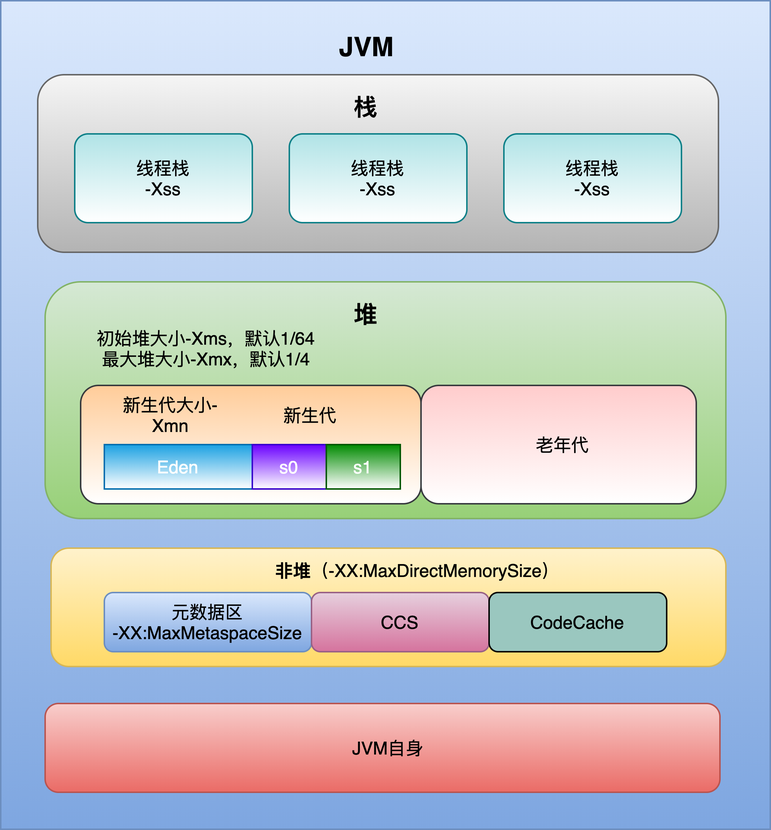
Above: Week_01/jvm.png in Elita0208/JAVA-000 (draw.io), before the change. Source tidied: cells renumbered, new cells last; positions are measured from the earlier drawing's top-left corner, leaving out a move shared by most shapes.
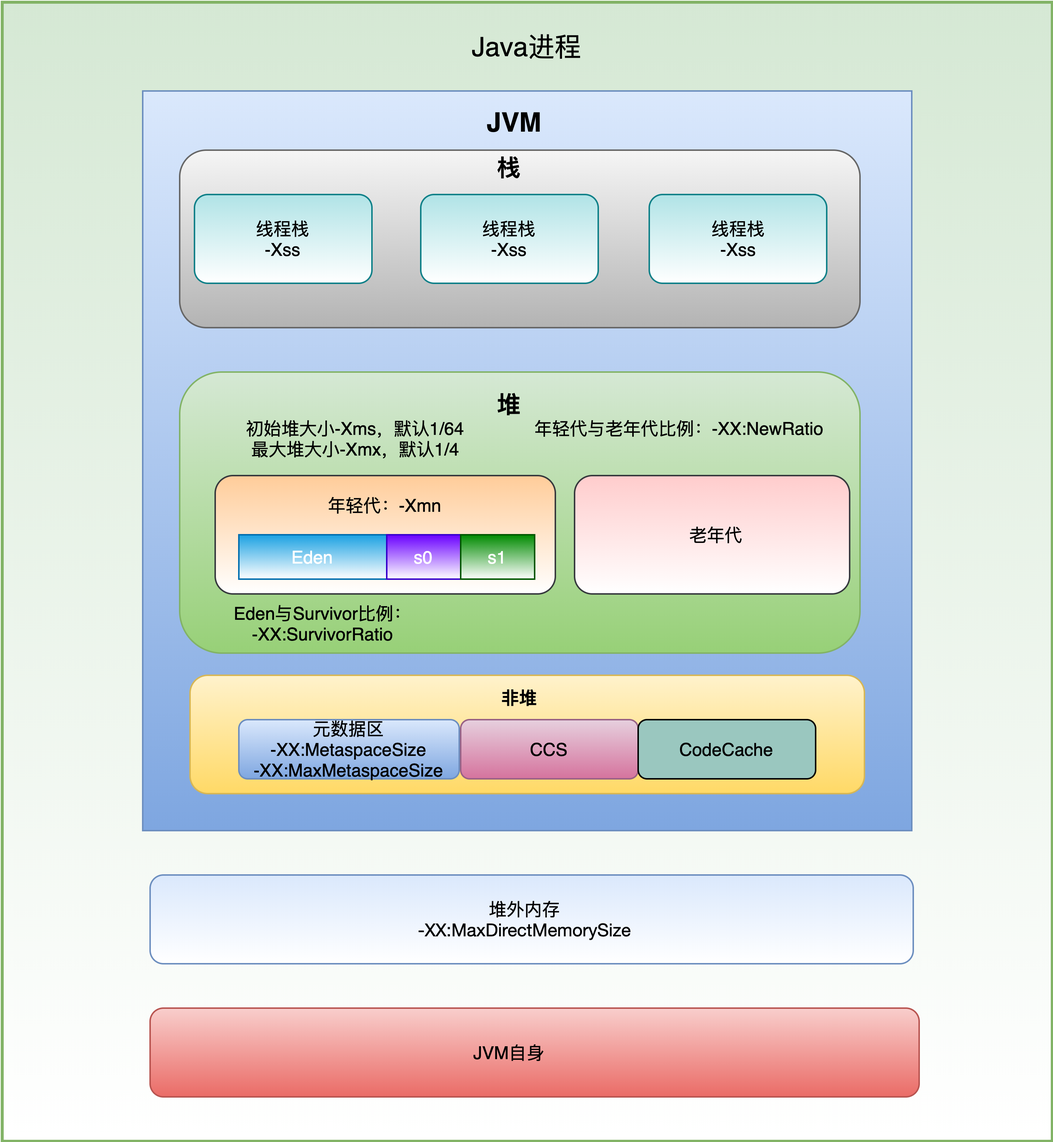
Above is the later version.

Diff of the diagram source:
```diff
@@ -2,80 +2,95 @@
   <root>
     <mxCell id="0" />
     <mxCell id="1" parent="0" />
-    <mxCell id="2" style="rounded=0;whiteSpace=wrap;html=1;strokeColor=#6c8ebf;fillColor=#dae8fc;gradientColor=#7ea6e0;" parent="1" vertex="1">
-      <mxGeometry width="520" height="560" as="geometry" />
-    </mxCell>
-    <mxCell id="3" style="rounded=1;whiteSpace=wrap;html=1;fillColor=#f5f5f5;strokeColor=#666666;gradientColor=#b3b3b3;" parent="1" vertex="1">
-      <mxGeometry x="25" y="50" width="460" height="120" as="geometry" />
-    </mxCell>
-    <mxCell id="4" value="线程栈&lt;br&gt;-Xss" style="rounded=1;whiteSpace=wrap;html=1;fillColor=#b0e3e6;strokeColor=#0e8088;gradientColor=#ffffff;" parent="1" vertex="1">
-      <mxGeometry x="50" y="90" width="120" height="60" as="geometry" />
-    </mxCell>
-    <mxCell id="5" value="线程栈&lt;br&gt;-Xss" style="rounded=1;whiteSpace=wrap;html=1;fillColor=#b0e3e6;strokeColor=#0e8088;gradientColor=#ffffff;" parent="1" vertex="1">
-      <mxGeometry x="195" y="90" width="120" height="60" as="geometry" />
-    </mxCell>
+    <mxCell id="27" value="&lt;span style=&quot;color: rgba(0 , 0 , 0 , 0) ; font-family: monospace ; font-size: 0px&quot;&gt;%3CmxGraphModel%3E%3Croot%3E%3CmxCell%20id%3D%220%22%2F%3E%3CmxCell%20id%3D%221%22%20parent%3D%220%22%2F%3E%3CmxCell%20id%3D%222%22%20value%3D%22%22%20style%3D%22rounded%3D0%3BwhiteSpace%3Dwrap%3Bhtml%3D1%3BstrokeColor%3D%236c8ebf%3BfillColor%3D%23dae8fc%3BgradientColor%3D%237ea6e0%3B%22%20vertex%3D%221%22%20parent%3D%221%22%3E%3CmxGeometry%20x%3D%22160%22%20y%3D%2250%22%20width%3D%22520%22%20height%3D%22490%22%20as%3D%22geometry%22%2F%3E%3C%2FmxCell%3E%3C%2Froot%3E%3C%2FmxGraphModel%3E&lt;/span&gt;" style="rounded=0;whiteSpace=wrap;html=1;fillColor=#d5e8d4;strokeColor=#82b366;gradientColor=#ffffff;strokeWidth=2;" parent="1" vertex="1">
+      <mxGeometry x="-90" y="80" width="710" height="770" as="geometry" />
+    </mxCell>
+    <mxCell id="28" value="&lt;font style=&quot;font-size: 18px&quot;&gt;Java进程&lt;/font&gt;" style="text;html=1;strokeColor=none;fillColor=none;align=center;verticalAlign=middle;whiteSpace=wrap;rounded=0;strokeWidth=6;" parent="1" vertex="1">
+      <mxGeometry x="217" y="100" width="96" height="20" as="geometry" />
+    </mxCell>
+    <mxCell id="29" style="rounded=0;whiteSpace=wrap;html=1;strokeColor=#6c8ebf;fillColor=#dae8fc;gradientColor=#7ea6e0;" parent="1" vertex="1">
+      <mxGeometry x="5" y="140" width="520" height="500" as="geometry" />
+    </mxCell>
+    <mxCell id="30" style="rounded=1;whiteSpace=wrap;html=1;fillColor=#f5f5f5;strokeColor=#666666;gradientColor=#b3b3b3;" parent="1" vertex="1">
+      <mxGeometry x="30" y="180" width="460" height="120" as="geometry" />
+    </mxCell>
+    <mxCell id="31" value="线程栈&lt;br&gt;-Xss" style="rounded=1;whiteSpace=wrap;html=1;fillColor=#b0e3e6;strokeColor=#0e8088;gradientColor=#ffffff;" parent="1" vertex="1">
+      <mxGeometry x="40" y="210" width="120" height="60" as="geometry" />
+    </mxCell>
+    <mxCell id="32" value="线程栈&lt;br&gt;-Xss" style="rounded=1;whiteSpace=wrap;html=1;fillColor=#b0e3e6;strokeColor=#0e8088;gradientColor=#ffffff;" parent="1" vertex="1">
+      <mxGeometry x="193" y="210" width="120" height="60" as="geometry" />
+    </mxCell>
     <mxCell id="6" value="&lt;span&gt;线程栈&lt;br&gt;-Xss&lt;br&gt;&lt;/span&gt;" style="rounded=1;whiteSpace=wrap;html=1;fillColor=#b0e3e6;strokeColor=#0e8088;gradientColor=#ffffff;" parent="1" vertex="1">
-      <mxGeometry x="340" y="90" width="120" height="60" as="geometry" />
+      <mxGeometry x="347.5" y="210" width="120" height="60" as="geometry" />
     </mxCell>
-    <mxCell id="7" style="rounded=1;whiteSpace=wrap;html=1;gradientColor=#97d077;fillColor=#d5e8d4;strokeColor=#82b366;" parent="1" vertex="1">
-      <mxGeometry x="30" y="190" width="460" height="160" as="geometry" />
-    </mxCell>
-    <mxCell id="8" style="rounded=1;whiteSpace=wrap;html=1;fillColor=#ffcc99;strokeColor=#36393d;gradientColor=#ffffff;" parent="1" vertex="1">
-      <mxGeometry x="54" y="260" width="230" height="80" as="geometry" />
-    </mxCell>
+    <mxCell id="33" style="rounded=1;whiteSpace=wrap;html=1;gradientColor=#97d077;fillColor=#d5e8d4;strokeColor=#82b366;" parent="1" vertex="1">
+      <mxGeometry x="30" y="330" width="460" height="190" as="geometry" />
+    </mxCell>
+    <mxCell id="34" style="rounded=1;whiteSpace=wrap;html=1;fillColor=#ffcc99;strokeColor=#36393d;gradientColor=#ffffff;" parent="1" vertex="1">
+      <mxGeometry x="54" y="400" width="230" height="80" as="geometry" />
+    </mxCell>
     <mxCell id="9" value="&lt;span style=&quot;color: rgba(0 , 0 , 0 , 0) ; font-family: monospace ; font-size: 0px&quot;&gt;%3CmxGraphModel%3E%3Croot%3E%3CmxCell%20id%3D%220%22%2F%3E%3CmxCell%20id%3D%221%22%20parent%3D%220%22%2F%3E%3CmxCell%20id%3D%222%22%20value%3D%22%E6%96%B0%E7%94%9F%E4%BB%A3%22%20style%3D%22text%3Bhtml%3D1%3Bresizable%3D0%3Bautosize%3D1%3Balign%3Dcenter%3BverticalAlign%3Dmiddle%3Bpoints%3D%5B%5D%3BfillColor%3Dnone%3BstrokeColor%3Dnone%3Brounded%3D0%3B%22%20vertex%3D%221%22%20parent%3D%221%22%3E%3CmxGeometry%20x%3D%22310%22%20y%3D%22310%22%20width%3D%2250%22%20height%3D%2220%22%20as%3D%22geometry%22%2F%3E%3C%2FmxCell%3E%3C%2Froot%3E%3C%2FmxGraphModel%3E&lt;/span&gt;" style="rounded=1;whiteSpace=wrap;html=1;fillColor=#ffcccc;strokeColor=#36393d;gradientColor=#ffffff;" parent="1" vertex="1">
-      <mxGeometry x="284" y="260" width="186" height="80" as="geometry" />
+      <mxGeometry x="297" y="400" width="186" height="80" as="geometry" />
     </mxCell>
     <mxCell id="10" value="Eden" style="rounded=0;whiteSpace=wrap;html=1;fillColor=#1ba1e2;strokeColor=#006EAF;fontColor=#ffffff;gradientColor=#ffffff;" parent="1" vertex="1">
-      <mxGeometry x="70" y="300" width="100" height="30" as="geometry" />
+      <mxGeometry x="70" y="440" width="100" height="30" as="geometry" />
     </mxCell>
     <mxCell id="11" value="s0" style="rounded=0;whiteSpace=wrap;html=1;fillColor=#6a00ff;strokeColor=#3700CC;fontColor=#ffffff;gradientColor=#ffffff;" parent="1" vertex="1">
-      <mxGeometry x="170" y="300" width="50" height="30" as="geometry" />
+      <mxGeometry x="170" y="440" width="50" height="30" as="geometry" />
     </mxCell>
     <mxCell id="12" value="s1" style="rounded=0;whiteSpace=wrap;html=1;fillColor=#008a00;strokeColor=#005700;fontColor=#ffffff;gradientColor=#ffffff;" parent="1" vertex="1">
-      <mxGeometry x="220" y="300" width="50" height="30" as="geometry" />
+      <mxGeometry x="220" y="440" width="50" height="30" as="geometry" />
     </mxCell>
-    <mxCell id="13" style="rounded=1;whiteSpace=wrap;html=1;gradientColor=#ffd966;fillColor=#fff2cc;strokeColor=#d6b656;" parent="1" vertex="1">
-      <mxGeometry x="34" y="370" width="456" height="80" as="geometry" />
-    </mxCell>
-    <mxCell id="14" style="rounded=1;whiteSpace=wrap;html=1;fillColor=#f8cecc;strokeColor=#b85450;gradientColor=#ea6b66;" parent="1" vertex="1">
-      <mxGeometry x="30" y="475" width="456" height="60" as="geometry" />
-    </mxCell>
-    <mxCell id="15" value="新生代" style="text;html=1;align=center;verticalAlign=middle;fillColor=none;strokeColor=none;rounded=0;" parent="1" vertex="1">
-      <mxGeometry x="184" y="270" width="50" height="20" as="geometry" />
-    </mxCell>
+    <mxCell id="35" style="rounded=1;whiteSpace=wrap;html=1;gradientColor=#ffd966;fillColor=#fff2cc;strokeColor=#d6b656;" parent="1" vertex="1">
+      <mxGeometry x="37" y="535" width="456" height="80" as="geometry" />
+    </mxCell>
+    <mxCell id="36" style="rounded=1;whiteSpace=wrap;html=1;fillColor=#f8cecc;strokeColor=#b85450;gradientColor=#ea6b66;" parent="1" vertex="1">
+      <mxGeometry x="10" y="760" width="520" height="60" as="geometry" />
+    </mxCell>
     <mxCell id="16" value="&lt;font style=&quot;font-size: 11px&quot;&gt;初始堆大小-Xms，默认1/64&lt;br&gt;最大堆大小-Xmx，默认1/4&lt;br&gt;&lt;/font&gt;" style="text;html=1;strokeColor=none;fillColor=none;align=center;verticalAlign=middle;whiteSpace=wrap;rounded=0;" parent="1" vertex="1">
-      <mxGeometry x="34" y="220" width="210" height="30" as="geometry" />
+      <mxGeometry x="44" y="360" width="210" height="30" as="geometry" />
     </mxCell>
     <mxCell id="17" value="&lt;h1&gt;&lt;font style=&quot;font-size: 18px&quot;&gt;JVM&lt;/font&gt;&lt;/h1&gt;" style="text;html=1;strokeColor=none;fillColor=none;spacing=5;spacingTop=-20;whiteSpace=wrap;overflow=hidden;rounded=0;" parent="1" vertex="1">
-      <mxGeometry x="224" y="10" width="60" height="50" as="geometry" />
+      <mxGeometry x="233.2" y="140" width="96" height="50" as="geometry" />
     </mxCell>
     <mxCell id="18" value="&lt;h1&gt;&lt;font style=&quot;font-size: 16px&quot;&gt;栈&lt;/font&gt;&lt;/h1&gt;" style="text;html=1;strokeColor=none;fillColor=none;spacing=5;spacingTop=-20;whiteSpace=wrap;overflow=hidden;rounded=0;" parent="1" vertex="1">
-      <mxGeometry x="234" y="50" width="40" height="30" as="geometry" />
+      <mxGeometry x="240" y="170" width="40" height="30" as="geometry" />
     </mxCell>
     <mxCell id="19" value="&lt;h1&gt;&lt;font style=&quot;font-size: 16px&quot;&gt;堆&lt;/font&gt;&lt;/h1&gt;" style="text;html=1;strokeColor=none;fillColor=none;spacing=5;spacingTop=-20;whiteSpace=wrap;overflow=hidden;rounded=0;" parent="1" vertex="1">
-      <mxGeometry x="234" y="190" width="40" height="30" as="geometry" />
+      <mxGeometry x="240" y="330" width="40" height="30" as="geometry" />
     </mxCell>
     <mxCell id="20" value="老年代" style="text;html=1;strokeColor=none;fillColor=none;align=center;verticalAlign=middle;whiteSpace=wrap;rounded=0;" parent="1" vertex="1">
-      <mxGeometry x="360" y="290" width="40" height="20" as="geometry" />
+      <mxGeometry x="373" y="430" width="40" height="20" as="geometry" />
     </mxCell>
-    <mxCell id="21" value="&lt;font style=&quot;font-size: 11px&quot;&gt;新生代大小-Xmn&lt;/font&gt;" style="text;html=1;strokeColor=none;fillColor=none;align=center;verticalAlign=middle;whiteSpace=wrap;rounded=0;" parent="1" vertex="1">
-      <mxGeometry x="80" y="270" width="70" height="20" as="geometry" />
-    </mxCell>
-    <mxCell id="22" value="&lt;font style=&quot;font-size: 12px&quot;&gt;&lt;b&gt;非堆&lt;/b&gt;&lt;/font&gt;（-XX:MaxDirectMemorySize）" style="text;html=1;strokeColor=none;fillColor=none;align=center;verticalAlign=middle;whiteSpace=wrap;rounded=0;" parent="1" vertex="1">
-      <mxGeometry x="182.5" y="370" width="197.5" height="30" as="geometry" />
-    </mxCell>
+    <mxCell id="37" value="&lt;font style=&quot;font-size: 12px&quot;&gt;&lt;b&gt;非堆&lt;/b&gt;&lt;/font&gt;" style="text;html=1;strokeColor=none;fillColor=none;align=center;verticalAlign=middle;whiteSpace=wrap;rounded=0;" parent="1" vertex="1">
+      <mxGeometry x="161.2" y="535" width="197.5" height="30" as="geometry" />
+    </mxCell>
     <mxCell id="23" value="JVM自身" style="text;html=1;strokeColor=none;fillColor=none;align=center;verticalAlign=middle;whiteSpace=wrap;rounded=0;" parent="1" vertex="1">
-      <mxGeometry x="127" y="495" width="270" height="20" as="geometry" />
+      <mxGeometry x="118" y="780" width="270" height="20" as="geometry" />
     </mxCell>
-    <mxCell id="24" value="元数据区&lt;br&gt;-XX:MaxMetaspaceSize" style="rounded=1;whiteSpace=wrap;html=1;fillColor=#dae8fc;gradientColor=#7ea6e0;strokeColor=#6c8ebf;" parent="1" vertex="1">
-      <mxGeometry x="70" y="400" width="140" height="40" as="geometry" />
-    </mxCell>
+    <mxCell id="38" value="元数据区&lt;br&gt;-XX:MetaspaceSize&lt;br&gt;&lt;h4 id=&quot;-XX:MetaspaceSize=128m&quot; style=&quot;margin: 0px ; padding: 0px ; box-sizing: border-box ; list-style: inherit ; font-family: &amp;#34;pingfang sc&amp;#34; , &amp;#34;helvetica neue&amp;#34; , &amp;#34;arial&amp;#34; , &amp;#34;hiragino sans gb&amp;#34; , &amp;#34;microsoft yahei ui&amp;#34; , &amp;#34;microsoft yahei&amp;#34; , &amp;#34;simsun&amp;#34; , sans-serif ; background-color: rgb(255 , 255 , 255) ; font-size: 11px&quot;&gt;&lt;/h4&gt;-XX:MaxMetaspaceSize" style="rounded=1;whiteSpace=wrap;html=1;fillColor=#dae8fc;gradientColor=#7ea6e0;strokeColor=#6c8ebf;" parent="1" vertex="1">
+      <mxGeometry x="70" y="565" width="149" height="40" as="geometry" />
+    </mxCell>
     <mxCell id="25" value="CCS" style="rounded=1;whiteSpace=wrap;html=1;fillColor=#e6d0de;strokeColor=#996185;gradientColor=#d5739d;" parent="1" vertex="1">
-      <mxGeometry x="210" y="400" width="120" height="40" as="geometry" />
+      <mxGeometry x="220" y="565" width="120" height="40" as="geometry" />
     </mxCell>
     <mxCell id="26" value="CodeCache" style="rounded=1;whiteSpace=wrap;html=1;fillColor=#9AC7BF;" parent="1" vertex="1">
-      <mxGeometry x="330" y="400" width="120" height="40" as="geometry" />
+      <mxGeometry x="340" y="565" width="120" height="40" as="geometry" />
     </mxCell>
+    <mxCell id="39" style="rounded=1;whiteSpace=wrap;html=1;strokeColor=#6c8ebf;fillColor=#dae8fc;gradientColor=#ffffff;" parent="1" vertex="1">
+      <mxGeometry x="10" y="670" width="516" height="60" as="geometry" />
+    </mxCell>
+    <mxCell id="40" value="堆外内存&lt;br&gt;&lt;span style=&quot;font-family: &amp;#34;helvetica neue&amp;#34;&quot;&gt;-XX:MaxDirectMemorySize&lt;/span&gt;" style="text;html=1;strokeColor=none;fillColor=none;align=center;verticalAlign=middle;whiteSpace=wrap;rounded=0;" parent="1" vertex="1">
+      <mxGeometry x="157.5" y="690" width="211" height="20" as="geometry" />
+    </mxCell>
+    <mxCell id="41" value="年轻代：-Xmn" style="text;html=1;strokeColor=none;fillColor=none;align=center;verticalAlign=middle;whiteSpace=wrap;rounded=0;" parent="1" vertex="1">
+      <mxGeometry x="124" y="410" width="90" height="20" as="geometry" />
+    </mxCell>
+    <mxCell id="42" value="&lt;div style=&quot;text-align: left&quot;&gt;年轻代与老年代比例：-XX:NewRatio&lt;/div&gt;&lt;div style=&quot;text-align: left&quot;&gt;&lt;br&gt;&lt;/div&gt;" style="text;html=1;strokeColor=none;fillColor=none;align=center;verticalAlign=middle;whiteSpace=wrap;rounded=0;" parent="1" vertex="1">
+      <mxGeometry x="267.5" y="365" width="200" height="20" as="geometry" />
+    </mxCell>
+    <mxCell id="43" value="Eden与Survivor比例：&lt;br&gt;-XX:SurvivorRatio" style="text;html=1;strokeColor=none;fillColor=none;align=center;verticalAlign=middle;whiteSpace=wrap;rounded=0;" parent="1" vertex="1">
+      <mxGeometry x="54" y="490" width="146" height="20" as="geometry" />
+    </mxCell>
   </root>
 </mxGraphModel>
```
